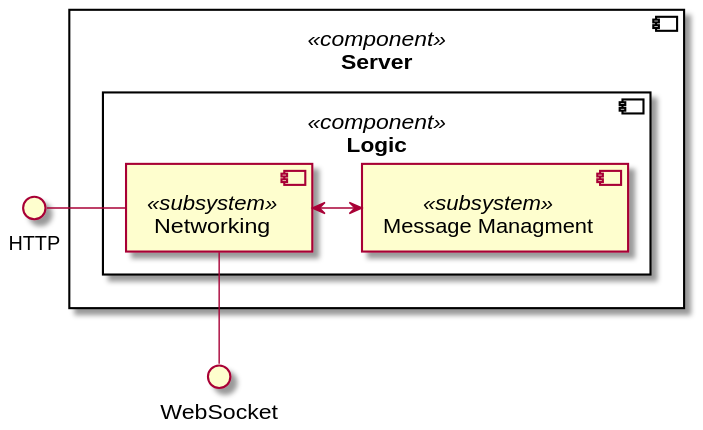
Before: Docs/Technical Specifications/docs/diagrams/ServerComponentDiagram.svg, a diagram exported from PlantUML (Brotenko/QualityQuest).
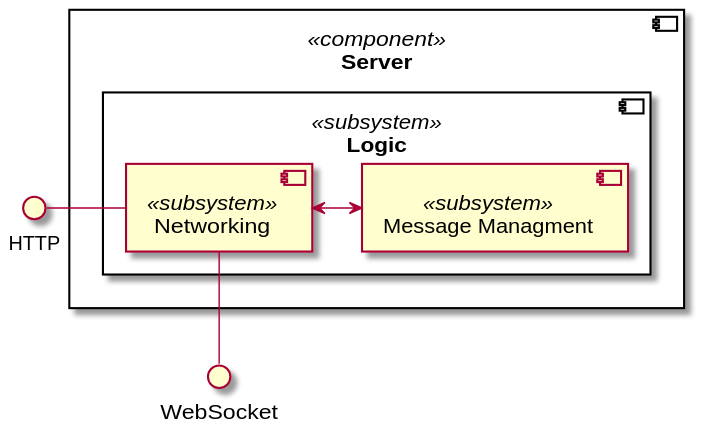
The same file after the commit.

Diff of the diagram source:
```diff
@@ -3,7 +3,7 @@
 () "WebSocket" as api
 
 component "Server" <<component>> as server{
-component "Logic" <<component>> as logic{
+component "Logic" <<subsystem>> as logic{
     [Networking] <<subsystem>> as network
     [Message Managment] <<subsystem>> as message
 }
```
